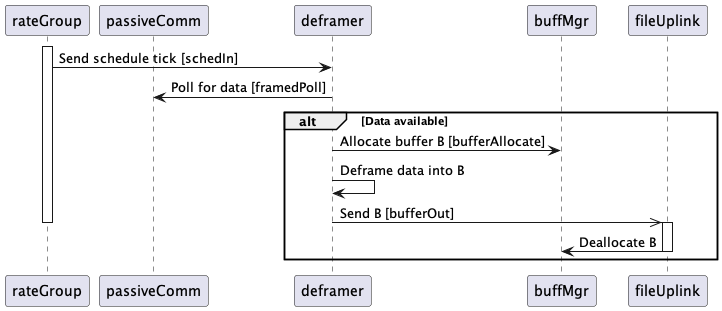
Earlier version of the PlantUML export Svc/Deframer/docs/img/passive-file-packet.png (nasa/fprime). Source of this version:
```plantuml
@startuml

participant rateGroup order 1
participant passiveComm order 2
participant deframer order 3
participant buffMgr order 4
participant fileUplink order 5

activate rateGroup

rateGroup -> deframer: Send schedule tick [schedIn]

deframer -> passiveComm: Poll for data [framedPoll]

alt Data available

  deframer -> buffMgr: Allocate buffer B [bufferAllocate]
  deframer -> deframer: Deframe data into B
  deframer ->> fileUplink: Send B [bufferOut]

deactivate rateGroup

  activate fileUplink
  fileUplink -> buffMgr: Deallocate B
  deactivate fileUplink

end

@enduml
```
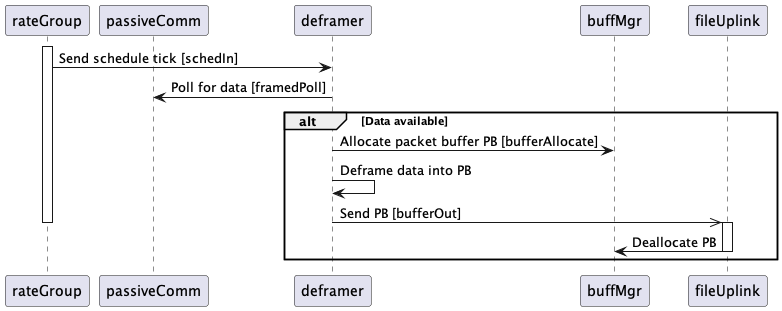
Later version of the same file.

Commit message:
Revise Deframer SDD

Change to the diagram source:
```diff
@@ -14,14 +14,14 @@
 
 alt Data available
 
-  deframer -> buffMgr: Allocate buffer B [bufferAllocate]
-  deframer -> deframer: Deframe data into B
-  deframer ->> fileUplink: Send B [bufferOut]
+  deframer -> buffMgr: Allocate packet buffer PB [bufferAllocate]
+  deframer -> deframer: Deframe data into PB
+  deframer ->> fileUplink: Send PB [bufferOut]
 
 deactivate rateGroup
 
   activate fileUplink
-  fileUplink -> buffMgr: Deallocate B
+  fileUplink -> buffMgr: Deallocate PB
   deactivate fileUplink
 
 end
```
